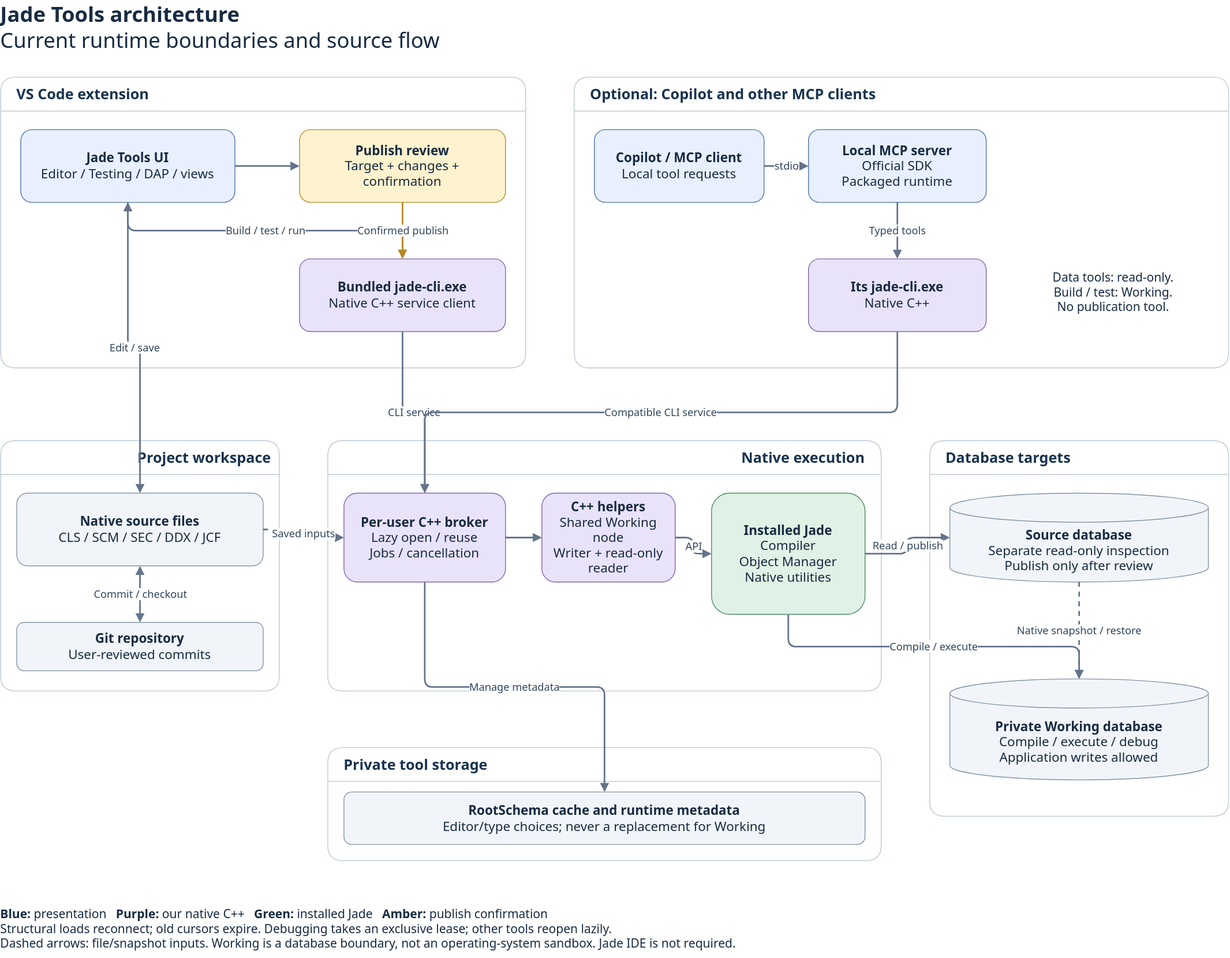
Above: architecture/jade-tools.drawio.svg in darrenhull/Jade-VSCode-Extension (draw.io), before the change. Source tidied: cells renumbered, new cells last; positions are measured from the earlier drawing's top-left corner, leaving out a move shared by most shapes.
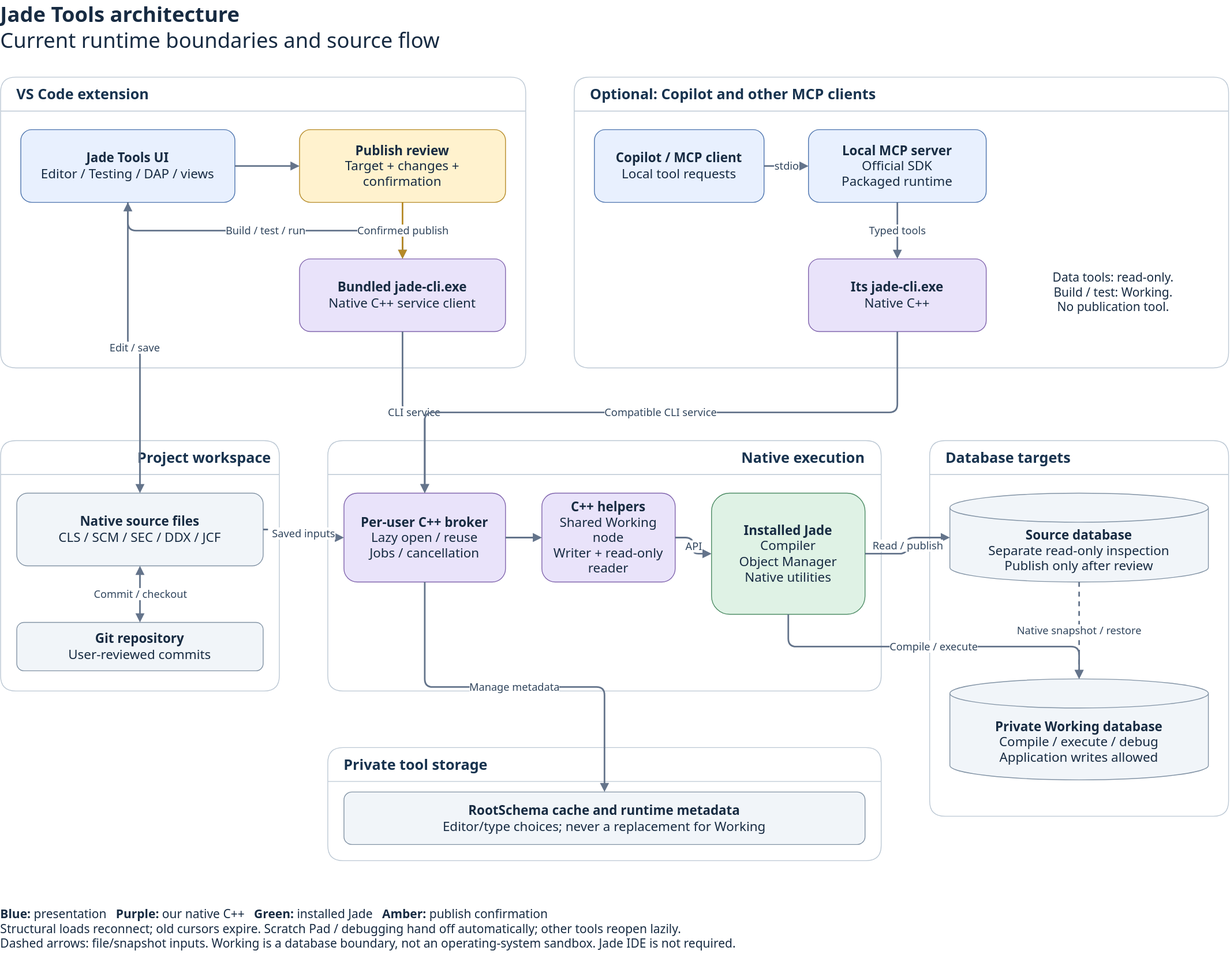
The same file after the commit.

Commit message:
Document Scratch Pad native output handoff boundary

Change to the diagram source:
```diff
@@ -116,7 +116,7 @@
     <mxCell id="39" value="Manage metadata" style="edgeStyle=orthogonalEdgeStyle;rounded=1;html=1;endArrow=block;endFill=1;strokeColor=#64748b;strokeWidth=2;labelBackgroundColor=#ffffff;fontColor=#31465e;fontSize=13;fontFamily=Segoe UI;" parent="1" edge="1" source="22" target="32">
       <mxGeometry relative="1" as="geometry" />
     </mxCell>
-    <mxCell id="40" value="&lt;b&gt;Blue:&lt;/b&gt; presentation &amp;nbsp; &lt;b&gt;Purple:&lt;/b&gt; our native C++ &amp;nbsp; &lt;b&gt;Green:&lt;/b&gt; installed Jade &amp;nbsp; &lt;b&gt;Amber:&lt;/b&gt; publish confirmation&lt;br&gt;Structural loads reconnect; old cursors expire. Debugging takes an exclusive lease; other tools reopen lazily.&lt;br&gt;Dashed arrows: file/snapshot inputs. Working is a database boundary, not an operating-system sandbox. Jade IDE is not required." style="rounded=1;whiteSpace=wrap;html=1;fillColor=#f1f5f9;strokeColor=#8293a5;fontColor=#172b42;fontFamily=Segoe UI;fontSize=16;spacing=12;shape=text;fillColor=none;strokeColor=none;fontSize=15;align=left;spacing=0;" parent="1" vertex="1">
+    <mxCell id="40" value="&lt;b&gt;Blue:&lt;/b&gt; presentation &amp;nbsp; &lt;b&gt;Purple:&lt;/b&gt; our native C++ &amp;nbsp; &lt;b&gt;Green:&lt;/b&gt; installed Jade &amp;nbsp; &lt;b&gt;Amber:&lt;/b&gt; publish confirmation&lt;br&gt;Structural loads reconnect; old cursors expire. Scratch Pad / debugging hand off automatically; other tools reopen lazily.&lt;br&gt;Dashed arrows: file/snapshot inputs. Working is a database boundary, not an operating-system sandbox. Jade IDE is not required." style="rounded=1;whiteSpace=wrap;html=1;fillColor=#f1f5f9;strokeColor=#8293a5;fontColor=#172b42;fontFamily=Segoe UI;fontSize=16;spacing=12;shape=text;fillColor=none;strokeColor=none;fontSize=15;align=left;spacing=0;" parent="1" vertex="1">
       <mxGeometry y="1110" width="1520" height="75" as="geometry" />
     </mxCell>
   </root>
```
